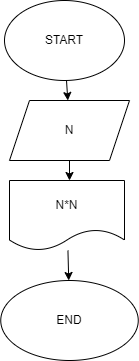
This is Seminar/Seminar_01/Ex001/diagram.drawio.png from Alexi-git/C_SHARP_PRACTICE, a draw.io export, as it was before one commit. Source tidied: cells renumbered, new cells last; positions are measured from the earlier drawing's top-left corner, leaving out a move shared by most shapes. The source it was exported from:
```xml
<mxGraphModel>
  <root>
    <mxCell id="0" />
    <mxCell id="1" parent="0" />
    <mxCell id="2" style="edgeStyle=none;html=1;" parent="1" edge="1" source="3" target="5">
      <mxGeometry relative="1" as="geometry" />
    </mxCell>
    <mxCell id="3" value="START" style="ellipse;whiteSpace=wrap;html=1;" parent="1" vertex="1">
      <mxGeometry x="4" width="120" height="80" as="geometry" />
    </mxCell>
    <mxCell id="4" style="edgeStyle=none;html=1;" parent="1" edge="1" source="5">
      <mxGeometry relative="1" as="geometry">
        <mxPoint x="69" y="180" as="targetPoint" />
      </mxGeometry>
    </mxCell>
    <mxCell id="5" value="N" style="shape=parallelogram;perimeter=parallelogramPerimeter;whiteSpace=wrap;html=1;fixedSize=1;" parent="1" vertex="1">
      <mxGeometry x="9" y="100" width="120" height="60" as="geometry" />
    </mxCell>
    <mxCell id="6" style="edgeStyle=none;html=1;" parent="1" edge="1" source="7" target="8">
      <mxGeometry relative="1" as="geometry" />
    </mxCell>
    <mxCell id="7" value="N*N" style="shape=document;whiteSpace=wrap;html=1;boundedLbl=1;" parent="1" vertex="1">
      <mxGeometry x="9" y="180" width="115" height="70" as="geometry" />
    </mxCell>
    <mxCell id="8" value="END" style="ellipse;whiteSpace=wrap;html=1;" parent="1" vertex="1">
      <mxGeometry x="0.2" y="280" width="137.5" height="80" as="geometry" />
    </mxCell>
  </root>
</mxGraphModel>
```
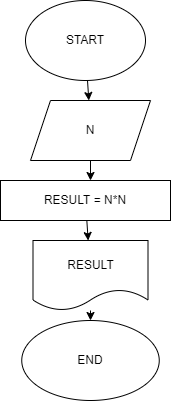
After the commit.

Commit message:
Задача решена

What changed in the source:
```diff
@@ -19,11 +19,17 @@
     <mxCell id="6" style="edgeStyle=none;html=1;" parent="1" edge="1" source="7" target="8">
       <mxGeometry relative="1" as="geometry" />
     </mxCell>
-    <mxCell id="7" value="N*N" style="shape=document;whiteSpace=wrap;html=1;boundedLbl=1;" parent="1" vertex="1">
-      <mxGeometry x="9" y="180" width="115" height="70" as="geometry" />
+    <mxCell id="7" value="RESULT" style="shape=document;whiteSpace=wrap;html=1;boundedLbl=1;" parent="1" vertex="1">
+      <mxGeometry x="11.5" y="240" width="115" height="70" as="geometry" />
     </mxCell>
     <mxCell id="8" value="END" style="ellipse;whiteSpace=wrap;html=1;" parent="1" vertex="1">
-      <mxGeometry x="0.2" y="280" width="137.5" height="80" as="geometry" />
+      <mxGeometry x="0.2" y="320" width="137.5" height="80" as="geometry" />
     </mxCell>
+    <mxCell id="9" style="edgeStyle=none;html=1;" parent="1" edge="1" source="10" target="7">
+      <mxGeometry relative="1" as="geometry" />
+    </mxCell>
+    <mxCell id="10" value="RESULT = N*N" style="rounded=0;whiteSpace=wrap;html=1;" parent="1" vertex="1">
+      <mxGeometry x="-21" y="180" width="170" height="40" as="geometry" />
+    </mxCell>
   </root>
 </mxGraphModel>
```
